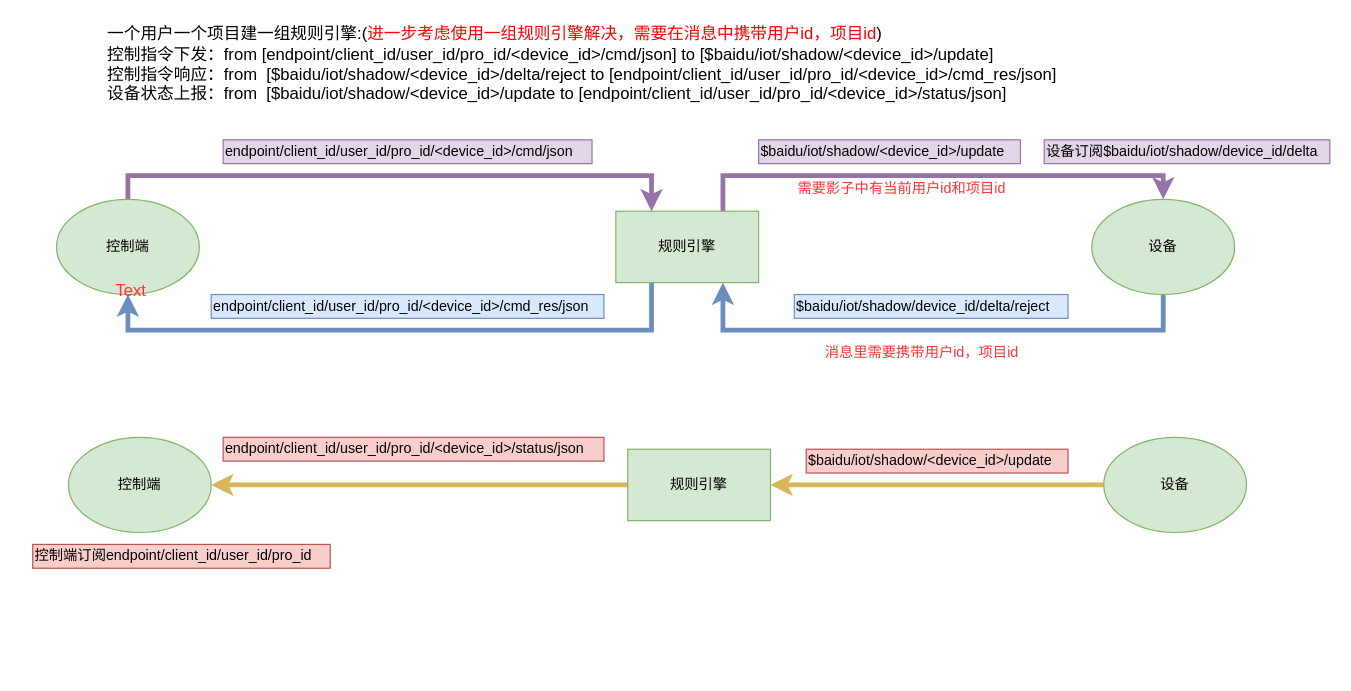
The draw.io diagram 2B_topic_rule.drawio in soszrg/uml, before the edit. Source tidied: cells renumbered, new cells numbered last; positions are measured from the earlier drawing's top-left corner, leaving out a move shared by most shapes. Both pictures are drawn from the tidied source at 119%, with x=0, y=0 at pixel (32, 20).
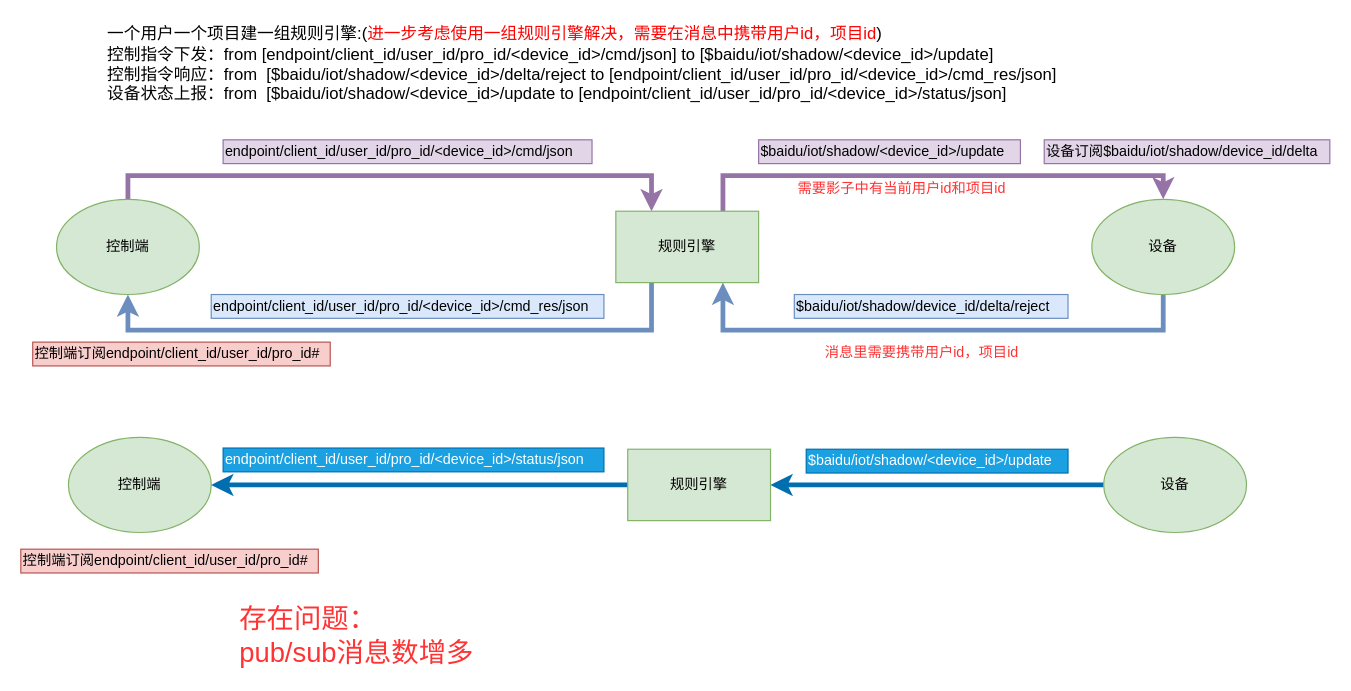
The same diagram, later.

The change refers to these unchanged cells:
```xml
<mxCell id="16" value="控制端" style="ellipse;whiteSpace=wrap;html=1;fillColor=#d5e8d4;strokeColor=#82b366;" parent="1" vertex="1">
  <mxGeometry x="30" y="350" width="120" height="80" as="geometry" />
</mxCell>
<mxCell id="18" value="规则引擎" style="rounded=0;whiteSpace=wrap;html=1;fillColor=#d5e8d4;strokeColor=#82b366;" parent="1" vertex="1">
  <mxGeometry x="500" y="360" width="120" height="60" as="geometry" />
</mxCell>
<mxCell id="20" value="设备" style="ellipse;whiteSpace=wrap;html=1;fillColor=#d5e8d4;strokeColor=#82b366;" parent="1" vertex="1">
  <mxGeometry x="900" y="350" width="120" height="80" as="geometry" />
</mxCell>
```

What changed in the source:
```diff
@@
-    <mxCell id="17" style="edgeStyle=orthogonalEdgeStyle;rounded=0;jettySize=auto;html=1;strokeWidth=4;fontColor=#FF3333;entryX=1;entryY=0.5;entryDx=0;entryDy=0;fillColor=#fff2cc;strokeColor=#d6b656;" parent="1" edge="1" source="18" target="16">
+    <mxCell id="17" style="edgeStyle=orthogonalEdgeStyle;rounded=0;jettySize=auto;html=1;strokeWidth=4;fontColor=#FF3333;entryX=1;entryY=0.5;entryDx=0;entryDy=0;fillColor=#1ba1e2;strokeColor=#006EAF;" parent="1" edge="1" source="18" target="16">
       <mxGeometry relative="1" as="geometry" />
     </mxCell>
@@
-    <mxCell id="19" style="edgeStyle=orthogonalEdgeStyle;rounded=0;jettySize=auto;html=1;entryX=1;entryY=0.5;entryDx=0;entryDy=0;strokeWidth=4;fontColor=#FF3333;fillColor=#fff2cc;strokeColor=#d6b656;" parent="1" edge="1" source="20" target="18">
+    <mxCell id="19" style="edgeStyle=orthogonalEdgeStyle;rounded=0;jettySize=auto;html=1;entryX=1;entryY=0.5;entryDx=0;entryDy=0;strokeWidth=4;fontColor=#FF3333;fillColor=#1ba1e2;strokeColor=#006EAF;" parent="1" edge="1" source="20" target="18">
       <mxGeometry relative="1" as="geometry" />
     </mxCell>
@@
-    <mxCell id="21" value="$baidu/iot/shadow/&amp;lt;device_id&amp;gt;/update" style="text;html=1;align=left;verticalAlign=top;spacingTop=-4;fillColor=#f8cecc;strokeColor=#b85450;" parent="1" vertex="1">
+    <mxCell id="21" value="$baidu/iot/shadow/&amp;lt;device_id&amp;gt;/update" style="text;html=1;align=left;verticalAlign=top;spacingTop=-4;fillColor=#1ba1e2;strokeColor=#006EAF;fontColor=#ffffff;" parent="1" vertex="1">
       <mxGeometry x="650" y="360" width="220" height="20" as="geometry" />
     </mxCell>
@@
-    <mxCell id="23" value="endpoint/client_id/user_id/pro_id/&amp;lt;device_id&amp;gt;/status/json" style="text;html=1;align=left;verticalAlign=top;spacingTop=-4;fillColor=#f8cecc;strokeColor=#b85450;" parent="1" vertex="1">
-      <mxGeometry x="160" y="350" width="320" height="20" as="geometry" />
+    <mxCell id="23" value="endpoint/client_id/user_id/pro_id/&amp;lt;device_id&amp;gt;/status/json" style="text;html=1;align=left;verticalAlign=top;spacingTop=-4;fillColor=#1ba1e2;strokeColor=#006EAF;fontColor=#ffffff;" parent="1" vertex="1">
+      <mxGeometry x="160" y="359" width="320" height="20" as="geometry" />
     </mxCell>
-    <mxCell id="24" value="控制端订阅endpoint/client_id/user_id/pro_id" style="text;html=1;align=left;verticalAlign=top;spacingTop=-4;fillColor=#f8cecc;strokeColor=#b85450;" parent="1" vertex="1">
-      <mxGeometry y="440" width="250" height="20" as="geometry" />
+    <mxCell id="24" value="控制端订阅endpoint/client_id/user_id/pro_id#" style="text;html=1;align=left;verticalAlign=top;spacingTop=-4;fillColor=#f8cecc;strokeColor=#b85450;" parent="1" vertex="1">
+      <mxGeometry y="270" width="250" height="20" as="geometry" />
     </mxCell>
-    <mxCell id="25" value="Text" style="text;html=1;align=left;verticalAlign=top;spacingTop=-4;fontSize=14;fontColor=#FF3333;" parent="1" vertex="1">
-      <mxGeometry x="68" y="216" width="40" height="20" as="geometry" />
-    </mxCell>
+    <mxCell id="26" value="控制端订阅endpoint/client_id/user_id/pro_id#" style="text;html=1;align=left;verticalAlign=top;spacingTop=-4;fillColor=#f8cecc;strokeColor=#b85450;" parent="1" vertex="1">
+      <mxGeometry x="-10" y="444" width="250" height="20" as="geometry" />
+    </mxCell>
+    <mxCell id="27" value="存在问题：&lt;br style=&quot;font-size: 23px&quot;&gt;pub/sub消息数增多" style="text;html=1;align=left;verticalAlign=top;spacingTop=-4;fontSize=23;fontColor=#FF3333;" parent="1" vertex="1">
+      <mxGeometry x="172" y="487" width="210" height="60" as="geometry" />
+    </mxCell>
```
